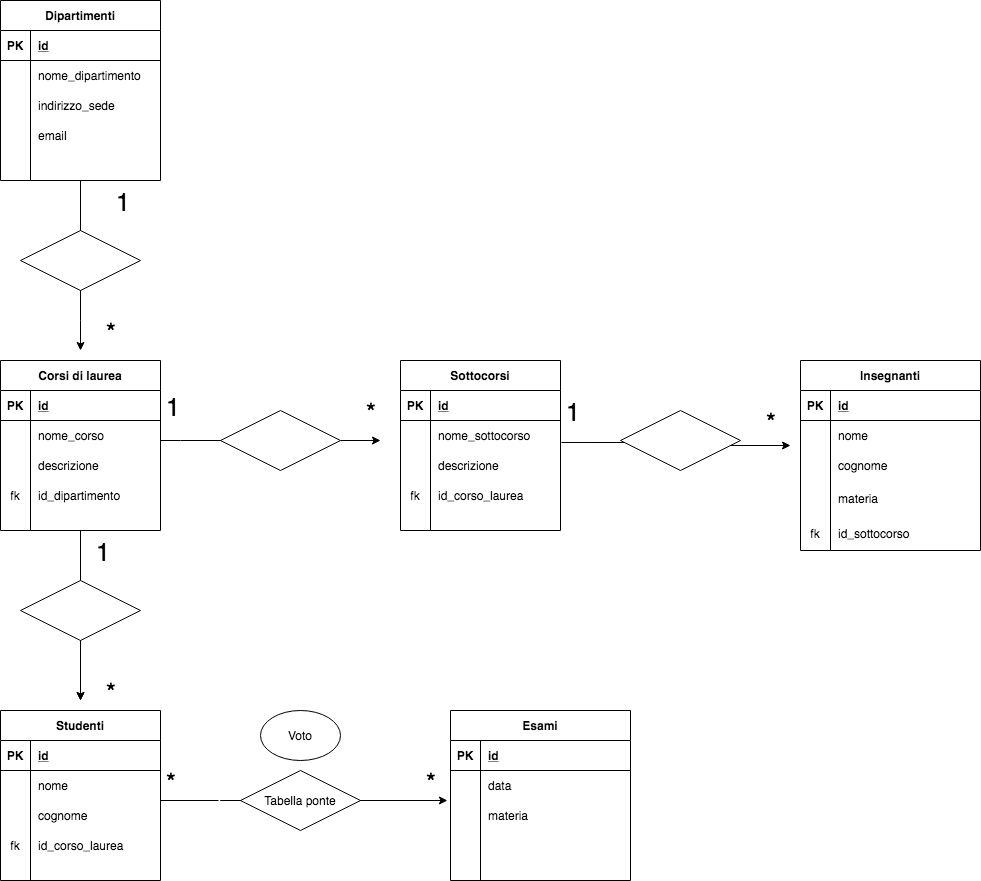
Before: University DB.png, a diagram exported from draw.io (danialessi/db-university). Source tidied: cells renumbered, new cells last; positions are measured from the earlier drawing's top-left corner, leaving out a move shared by most shapes.
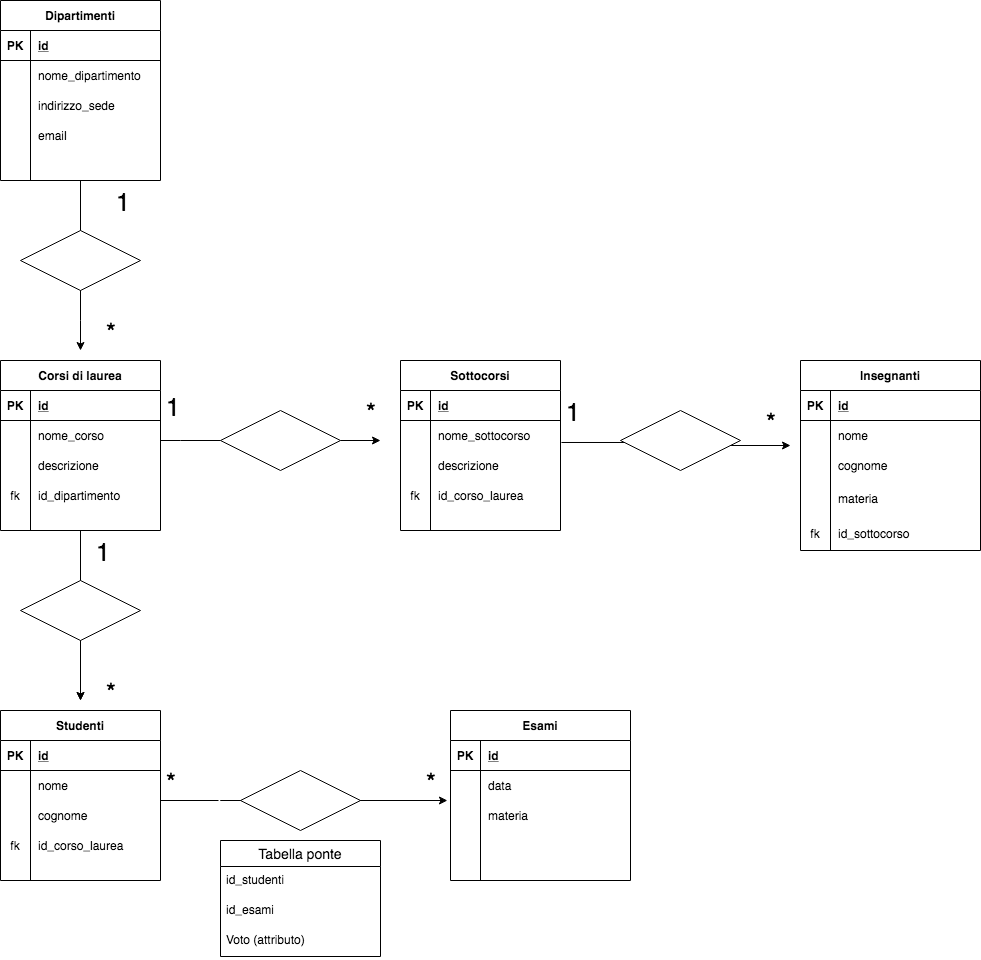
After the change.

Commit message:
modifica alla struttura

What changed in the source:
```diff
@@ -362,11 +362,20 @@
     <mxCell id="110" value="1" style="text;strokeColor=none;fillColor=none;spacingLeft=4;spacingRight=4;overflow=hidden;fontSize=25;" parent="1" vertex="1">
       <mxGeometry x="560" y="390" width="40" height="30" as="geometry" />
     </mxCell>
-    <mxCell id="111" value="Voto" style="ellipse;whiteSpace=wrap;html=1;align=center;fontSize=12;" parent="1" vertex="1">
-      <mxGeometry x="260" y="710" width="80" height="50" as="geometry" />
-    </mxCell>
-    <mxCell id="112" value="Tabella ponte" style="shape=rhombus;perimeter=rhombusPerimeter;whiteSpace=wrap;html=1;align=center;fontSize=12;" parent="1" vertex="1">
+    <mxCell id="112" style="shape=rhombus;perimeter=rhombusPerimeter;whiteSpace=wrap;html=1;align=center;fontSize=12;" parent="1" vertex="1">
       <mxGeometry x="240" y="770" width="120" height="60" as="geometry" />
     </mxCell>
+    <mxCell id="113" value="Tabella ponte" style="swimlane;fontStyle=0;horizontal=1;startSize=26;align=center;fontSize=14;" parent="1" vertex="1">
+      <mxGeometry x="220" y="840" width="160" height="116" as="geometry" />
+    </mxCell>
+    <mxCell id="114" value="id_studenti" style="text;strokeColor=none;fillColor=none;spacingLeft=4;spacingRight=4;overflow=hidden;fontSize=12;" parent="113" vertex="1">
+      <mxGeometry y="26" width="160" height="30" as="geometry" />
+    </mxCell>
+    <mxCell id="115" value="id_esami" style="text;strokeColor=none;fillColor=none;spacingLeft=4;spacingRight=4;overflow=hidden;fontSize=12;" parent="113" vertex="1">
+      <mxGeometry y="56" width="160" height="30" as="geometry" />
+    </mxCell>
+    <mxCell id="116" value="Voto (attributo)" style="text;strokeColor=none;fillColor=none;spacingLeft=4;spacingRight=4;overflow=hidden;fontSize=12;" parent="113" vertex="1">
+      <mxGeometry y="86" width="160" height="30" as="geometry" />
+    </mxCell>
   </root>
 </mxGraphModel>
```
